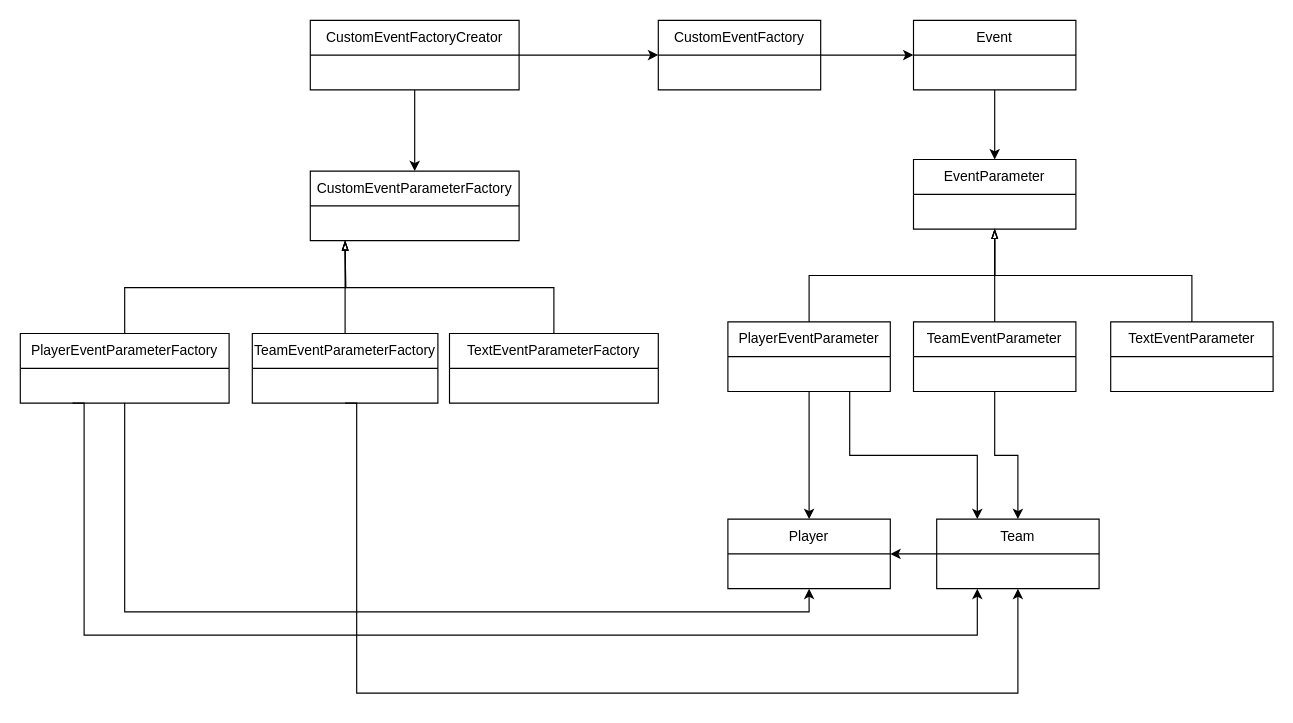
lurcheo/Hockey keeps this draw.io diagram as src/Docs/diagrams.drawio. Above is the earlier version. Source tidied: cells renumbered, new cells numbered last; positions are measured from the earlier drawing's top-left corner, leaving out a move shared by most shapes. Both pictures are drawn from the tidied source at 116%, with x=0, y=0 at pixel (20, 20).
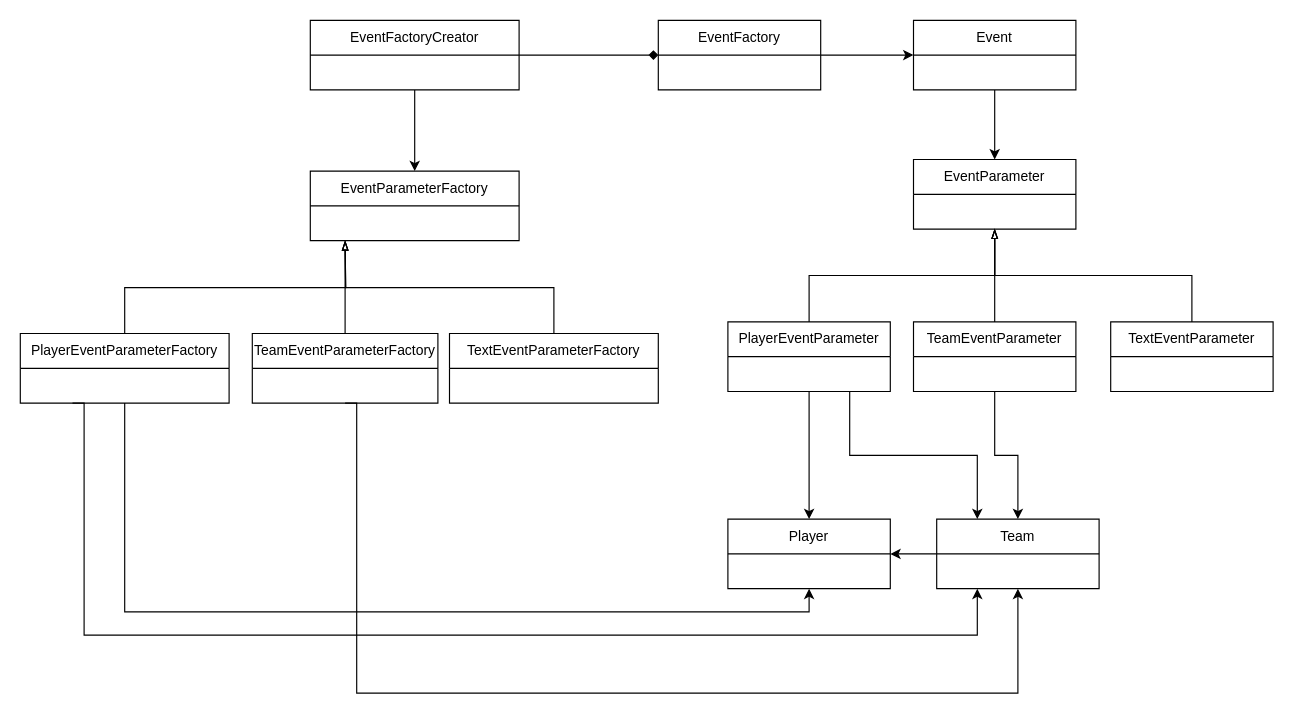
The same diagram, later.

Diff of the diagram source:
```diff
@@
-    <mxCell id="18" value="CustomEventFactory" style="swimlane;fontStyle=0;horizontal=1;startSize=30;whiteSpace=wrap;html=1;" parent="1" vertex="1">
+    <mxCell id="18" value="EventFactory" style="swimlane;fontStyle=0;horizontal=1;startSize=30;whiteSpace=wrap;html=1;" parent="1" vertex="1">
       <mxGeometry x="550" width="140" height="60" as="geometry" />
     </mxCell>
-    <mxCell id="19" style="edgeStyle=orthogonalEdgeStyle;rounded=0;jettySize=auto;html=1;exitX=1;exitY=0.5;exitDx=0;exitDy=0;entryX=0;entryY=0.5;entryDx=0;entryDy=0;startArrow=none;startFill=0;endArrow=classic;endFill=1;" parent="1" edge="1" source="21" target="18">
+    <mxCell id="19" style="edgeStyle=orthogonalEdgeStyle;rounded=0;jettySize=auto;html=1;exitX=1;exitY=0.5;exitDx=0;exitDy=0;entryX=0;entryY=0.5;entryDx=0;entryDy=0;startArrow=none;startFill=0;endArrow=diamond;endFill=1;" parent="1" edge="1" source="21" target="18">
       <mxGeometry relative="1" as="geometry" />
     </mxCell>
@@
-    <mxCell id="21" value="CustomEventFactoryCreator" style="swimlane;fontStyle=0;horizontal=1;startSize=30;whiteSpace=wrap;html=1;" parent="1" vertex="1">
+    <mxCell id="21" value="EventFactoryCreator" style="swimlane;fontStyle=0;horizontal=1;startSize=30;whiteSpace=wrap;html=1;" parent="1" vertex="1">
       <mxGeometry x="250" width="180" height="60" as="geometry" />
     </mxCell>
-    <mxCell id="22" value="CustomEventParameterFactory" style="swimlane;fontStyle=0;horizontal=1;startSize=30;whiteSpace=wrap;html=1;" parent="1" vertex="1">
+    <mxCell id="22" value="EventParameterFactory" style="swimlane;fontStyle=0;horizontal=1;startSize=30;whiteSpace=wrap;html=1;" parent="1" vertex="1">
       <mxGeometry x="250" y="130" width="180" height="60" as="geometry" />
     </mxCell>
```
